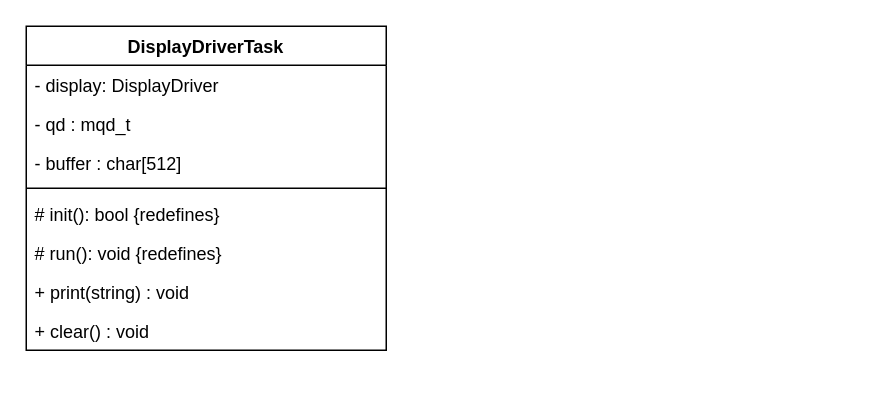
Earlier version of the draw.io diagram diagrams/display-driver-task.drawio (LasseGoransson/ESD-E2020). Source tidied: cells renumbered, new cells numbered last; positions are measured from the earlier drawing's top-left corner, leaving out a move shared by most shapes. Both pictures are drawn from the tidied source at 150%, with x=0, y=0 at pixel (26, 26).
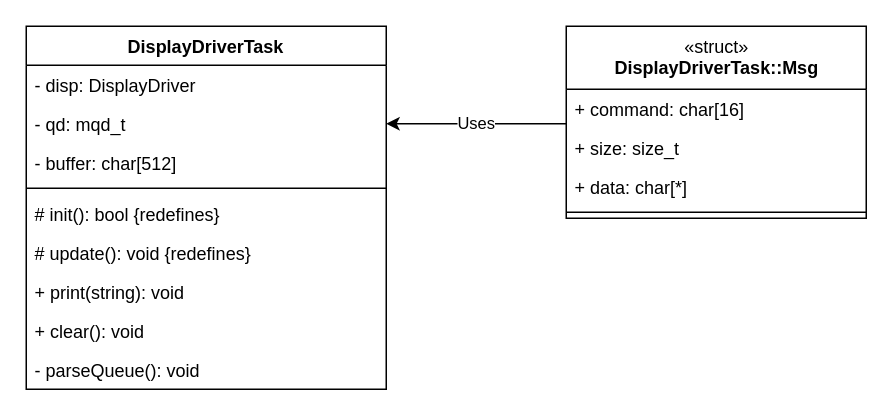
After the change.

Change to the diagram source:
```diff
@@
 <mxGraphModel>
   <root>
     <mxCell id="0" />
     <mxCell id="1" parent="0" />
     <mxCell id="2" value="DisplayDriverTask" style="swimlane;fontStyle=1;align=center;verticalAlign=top;horizontal=1;startSize=26;" parent="1" vertex="1">
-      <mxGeometry width="240" height="216" as="geometry" />
+      <mxGeometry width="240" height="242" as="geometry" />
     </mxCell>
-    <mxCell id="3" value="- display: DisplayDriver" style="text;strokeColor=none;fillColor=none;align=left;verticalAlign=top;spacingLeft=4;spacingRight=4;overflow=hidden;" parent="2" vertex="1">
+    <mxCell id="3" value="- disp: DisplayDriver" style="text;strokeColor=none;fillColor=none;align=left;verticalAlign=top;spacingLeft=4;spacingRight=4;overflow=hidden;" parent="2" vertex="1">
       <mxGeometry y="26" width="240" height="26" as="geometry" />
     </mxCell>
-    <mxCell id="4" value="- qd : mqd_t" style="text;strokeColor=none;fillColor=none;align=left;verticalAlign=top;spacingLeft=4;spacingRight=4;overflow=hidden;points=[[0,0.5],[1,0.5]];portConstraint=eastwest;" parent="2" vertex="1">
+    <mxCell id="4" value="- qd: mqd_t" style="text;strokeColor=none;fillColor=none;align=left;verticalAlign=top;spacingLeft=4;spacingRight=4;overflow=hidden;points=[[0,0.5],[1,0.5]];portConstraint=eastwest;" parent="2" vertex="1">
       <mxGeometry y="52" width="240" height="26" as="geometry" />
     </mxCell>
-    <mxCell id="5" value="- buffer : char[512]" style="text;strokeColor=none;fillColor=none;align=left;verticalAlign=top;spacingLeft=4;spacingRight=4;overflow=hidden;" parent="2" vertex="1">
+    <mxCell id="5" value="- buffer: char[512]" style="text;strokeColor=none;fillColor=none;align=left;verticalAlign=top;spacingLeft=4;spacingRight=4;overflow=hidden;" parent="2" vertex="1">
       <mxGeometry y="78" width="240" height="26" as="geometry" />
     </mxCell>
     <mxCell id="6" style="line;strokeWidth=1;fillColor=none;align=left;verticalAlign=middle;spacingTop=-1;spacingLeft=3;spacingRight=3;labelPosition=right;" parent="2" vertex="1">
       <mxGeometry y="104" width="240" height="8" as="geometry" />
     </mxCell>
     <mxCell id="7" value="# init(): bool {redefines}" style="text;strokeColor=none;fillColor=none;align=left;verticalAlign=top;spacingLeft=4;spacingRight=4;overflow=hidden;" parent="2" vertex="1">
       <mxGeometry y="112" width="240" height="26" as="geometry" />
     </mxCell>
-    <mxCell id="8" value="# run(): void {redefines}" style="text;strokeColor=none;fillColor=none;align=left;verticalAlign=top;spacingLeft=4;spacingRight=4;overflow=hidden;" parent="2" vertex="1">
+    <mxCell id="8" value="# update(): void {redefines}" style="text;strokeColor=none;fillColor=none;align=left;verticalAlign=top;spacingLeft=4;spacingRight=4;overflow=hidden;" parent="2" vertex="1">
       <mxGeometry y="138" width="240" height="26" as="geometry" />
     </mxCell>
-    <mxCell id="9" value="+ print(string) : void" style="text;strokeColor=none;fillColor=none;align=left;verticalAlign=top;spacingLeft=4;spacingRight=4;overflow=hidden;" parent="2" vertex="1">
+    <mxCell id="9" value="+ print(string): void" style="text;strokeColor=none;fillColor=none;align=left;verticalAlign=top;spacingLeft=4;spacingRight=4;overflow=hidden;" parent="2" vertex="1">
       <mxGeometry y="164" width="240" height="26" as="geometry" />
     </mxCell>
-    <mxCell id="10" value="+ clear() : void" style="text;strokeColor=none;fillColor=none;align=left;verticalAlign=top;spacingLeft=4;spacingRight=4;overflow=hidden;" parent="2" vertex="1">
+    <mxCell id="10" value="+ clear(): void" style="text;strokeColor=none;fillColor=none;align=left;verticalAlign=top;spacingLeft=4;spacingRight=4;overflow=hidden;" parent="2" vertex="1">
       <mxGeometry y="190" width="240" height="26" as="geometry" />
     </mxCell>
+    <mxCell id="11" value="- parseQueue(): void" style="text;strokeColor=none;fillColor=none;align=left;verticalAlign=top;spacingLeft=4;spacingRight=4;overflow=hidden;" parent="2" vertex="1">
+      <mxGeometry y="216" width="240" height="26" as="geometry" />
+    </mxCell>
+    <mxCell id="12" value="Uses" style="edgeStyle=orthogonalEdgeStyle;rounded=0;jettySize=auto;html=1;" parent="1" edge="1" source="13" target="4">
+      <mxGeometry relative="1" as="geometry">
+        <Array as="points">
+          <mxPoint x="330" y="65" />
+          <mxPoint x="330" y="65" />
+        </Array>
+      </mxGeometry>
+    </mxCell>
+    <mxCell id="13" value="&lt;span style=&quot;font-weight: normal&quot;&gt;«struct»&lt;br&gt;&lt;/span&gt;DisplayDriverTask::Msg" style="swimlane;fontStyle=1;align=center;verticalAlign=top;horizontal=1;startSize=42;html=1;" parent="1" vertex="1">
+      <mxGeometry x="360" width="200" height="128" as="geometry" />
+    </mxCell>
+    <mxCell id="14" value="+ command: char[16]" style="text;strokeColor=none;fillColor=none;align=left;verticalAlign=top;spacingLeft=4;spacingRight=4;overflow=hidden;" parent="13" vertex="1">
+      <mxGeometry y="42" width="200" height="26" as="geometry" />
+    </mxCell>
+    <mxCell id="15" value="+ size: size_t" style="text;strokeColor=none;fillColor=none;align=left;verticalAlign=top;spacingLeft=4;spacingRight=4;overflow=hidden;" parent="13" vertex="1">
+      <mxGeometry y="68" width="200" height="26" as="geometry" />
+    </mxCell>
+    <mxCell id="16" value="+ data: char[*]" style="text;strokeColor=none;fillColor=none;align=left;verticalAlign=top;spacingLeft=4;spacingRight=4;overflow=hidden;" parent="13" vertex="1">
+      <mxGeometry y="94" width="200" height="26" as="geometry" />
+    </mxCell>
+    <mxCell id="17" style="line;strokeWidth=1;fillColor=none;align=left;verticalAlign=middle;spacingTop=-1;spacingLeft=3;spacingRight=3;labelPosition=right;" parent="13" vertex="1">
+      <mxGeometry y="120" width="200" height="8" as="geometry" />
+    </mxCell>
   </root>
 </mxGraphModel>
```
